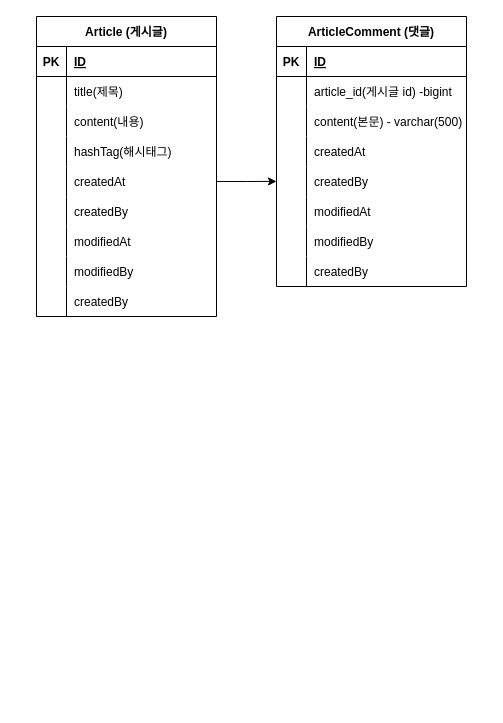
Earlier version of the draw.io diagram document/Domain.drawio (Uadj/fc_board). Source tidied: cells renumbered, new cells numbered last; positions are measured from the earlier drawing's top-left corner, leaving out a move shared by most shapes. Both pictures are drawn from the tidied source at 100%, with x=0, y=0 at pixel (36, 16).
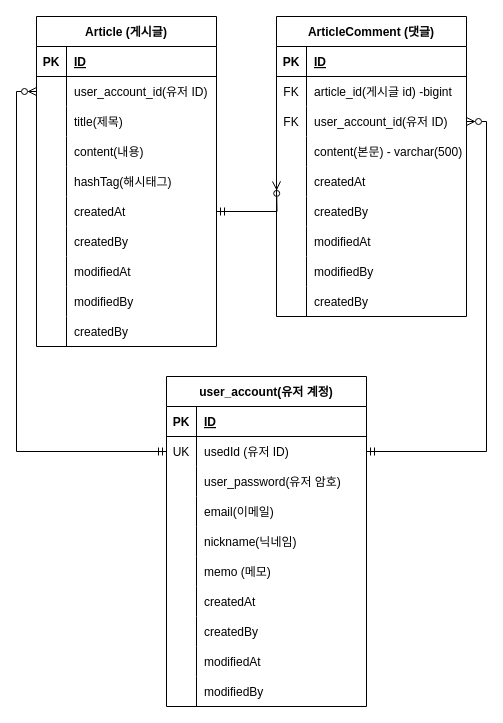
After the change.

Unchanged cells that the change refers to:
```xml
<mxCell id="6" style="shape=tableRow;horizontal=0;startSize=0;swimlaneHead=0;swimlaneBody=0;fillColor=none;points=[[0,0.5],[1,0.5]];portConstraint=eastwest;top=0;left=0;right=0;bottom=0;" parent="2" vertex="1">
  <mxGeometry y="60" width="180" height="30" as="geometry" />
</mxCell>
<mxCell id="34" style="shape=tableRow;horizontal=0;startSize=0;swimlaneHead=0;swimlaneBody=0;fillColor=none;top=0;left=0;right=0;bottom=0;" parent="30" vertex="1">
  <mxGeometry y="60" width="190" height="30" as="geometry" />
</mxCell>
```

Change to the diagram source:
```diff
@@
     <mxCell id="2" value="Article (게시글)" style="shape=table;startSize=30;childLayout=tableLayout;rowLines=0;fontStyle=1;align=center;" parent="1" vertex="1">
-      <mxGeometry width="180" height="300" as="geometry" />
+      <mxGeometry width="180" height="330" as="geometry" />
     </mxCell>
@@
-    <mxCell id="8" value="title(제목)" style="shape=partialRectangle;fillColor=none;top=0;left=0;bottom=0;right=0;align=left;spacingLeft=6;overflow=hidden;" parent="6" vertex="1">
+    <mxCell id="8" value="user_account_id(유저 ID)" style="shape=partialRectangle;fillColor=none;top=0;left=0;bottom=0;right=0;align=left;spacingLeft=6;overflow=hidden;" parent="6" vertex="1">
       <mxGeometry x="30" width="150" height="30" as="geometry" />
     </mxCell>
+    <mxCell id="56" style="shape=tableRow;horizontal=0;startSize=0;swimlaneHead=0;swimlaneBody=0;fillColor=none;top=0;left=0;right=0;bottom=0;" parent="2" vertex="1">
+      <mxGeometry y="90" width="180" height="30" as="geometry" />
+    </mxCell>
+    <mxCell id="57" style="shape=partialRectangle;fillColor=none;top=0;left=0;bottom=0;right=0;overflow=hidden;" parent="56" vertex="1">
+      <mxGeometry width="30" height="30" as="geometry" />
+    </mxCell>
+    <mxCell id="58" value="title(제목)" style="shape=partialRectangle;fillColor=none;top=0;left=0;bottom=0;right=0;align=left;spacingLeft=6;overflow=hidden;" parent="56" vertex="1">
+      <mxGeometry x="30" width="150" height="30" as="geometry" />
+    </mxCell>
     <mxCell id="9" style="shape=tableRow;horizontal=0;startSize=0;swimlaneHead=0;swimlaneBody=0;fillColor=none;top=0;left=0;right=0;bottom=0;" parent="2" vertex="1">
-      <mxGeometry y="90" width="180" height="30" as="geometry" />
+      <mxGeometry y="120" width="180" height="30" as="geometry" />
     </mxCell>
@@
     <mxCell id="12" style="shape=tableRow;horizontal=0;startSize=0;swimlaneHead=0;swimlaneBody=0;fillColor=none;top=0;left=0;right=0;bottom=0;" parent="2" vertex="1">
-      <mxGeometry y="120" width="180" height="30" as="geometry" />
+      <mxGeometry y="150" width="180" height="30" as="geometry" />
     </mxCell>
@@
     <mxCell id="15" style="shape=tableRow;horizontal=0;startSize=0;swimlaneHead=0;swimlaneBody=0;fillColor=none;points=[[0,0.5],[1,0.5]];portConstraint=eastwest;top=0;left=0;right=0;bottom=0;" parent="2" vertex="1">
-      <mxGeometry y="150" width="180" height="30" as="geometry" />
+      <mxGeometry y="180" width="180" height="30" as="geometry" />
     </mxCell>
@@
     <mxCell id="18" style="shape=tableRow;horizontal=0;startSize=0;swimlaneHead=0;swimlaneBody=0;fillColor=none;top=0;left=0;right=0;bottom=0;" parent="2" vertex="1">
-      <mxGeometry y="180" width="180" height="30" as="geometry" />
+      <mxGeometry y="210" width="180" height="30" as="geometry" />
     </mxCell>
@@
     <mxCell id="21" style="shape=tableRow;horizontal=0;startSize=0;swimlaneHead=0;swimlaneBody=0;fillColor=none;top=0;left=0;right=0;bottom=0;" parent="2" vertex="1">
-      <mxGeometry y="210" width="180" height="30" as="geometry" />
+      <mxGeometry y="240" width="180" height="30" as="geometry" />
     </mxCell>
@@
     <mxCell id="24" style="shape=tableRow;horizontal=0;startSize=0;swimlaneHead=0;swimlaneBody=0;fillColor=none;top=0;left=0;right=0;bottom=0;" parent="2" vertex="1">
-      <mxGeometry y="240" width="180" height="30" as="geometry" />
+      <mxGeometry y="270" width="180" height="30" as="geometry" />
     </mxCell>
@@
     <mxCell id="27" style="shape=tableRow;horizontal=0;startSize=0;swimlaneHead=0;swimlaneBody=0;fillColor=none;top=0;left=0;right=0;bottom=0;" parent="2" vertex="1">
-      <mxGeometry y="270" width="180" height="30" as="geometry" />
+      <mxGeometry y="300" width="180" height="30" as="geometry" />
     </mxCell>
@@
     <mxCell id="30" value="ArticleComment (댓글)" style="shape=table;startSize=30;childLayout=tableLayout;rowLines=0;fontStyle=1;align=center;" parent="1" vertex="1">
-      <mxGeometry x="240" width="190" height="270" as="geometry" />
+      <mxGeometry x="240" width="190" height="300" as="geometry" />
     </mxCell>
@@
-    <mxCell id="35" style="shape=partialRectangle;fillColor=none;top=0;left=0;bottom=0;right=0;overflow=hidden;" parent="34" vertex="1">
+    <mxCell id="35" value="FK" style="shape=partialRectangle;fillColor=none;top=0;left=0;bottom=0;right=0;overflow=hidden;" parent="34" vertex="1">
       <mxGeometry width="30" height="30" as="geometry" />
     </mxCell>
@@
+    <mxCell id="59" style="shape=tableRow;horizontal=0;startSize=0;swimlaneHead=0;swimlaneBody=0;fillColor=none;points=[[0,0.5],[1,0.5]];portConstraint=eastwest;top=0;left=0;right=0;bottom=0;" parent="30" vertex="1">
+      <mxGeometry y="90" width="190" height="30" as="geometry" />
+    </mxCell>
+    <mxCell id="60" value="FK" style="shape=partialRectangle;fillColor=none;top=0;left=0;bottom=0;right=0;overflow=hidden;" parent="59" vertex="1">
+      <mxGeometry width="30" height="30" as="geometry" />
+    </mxCell>
+    <mxCell id="61" value="user_account_id(유저 ID)" style="shape=partialRectangle;fillColor=none;top=0;left=0;bottom=0;right=0;align=left;spacingLeft=6;overflow=hidden;" parent="59" vertex="1">
+      <mxGeometry x="30" width="160" height="30" as="geometry" />
+    </mxCell>
     <mxCell id="37" style="shape=tableRow;horizontal=0;startSize=0;swimlaneHead=0;swimlaneBody=0;fillColor=none;top=0;left=0;right=0;bottom=0;" parent="30" vertex="1">
-      <mxGeometry y="90" width="190" height="30" as="geometry" />
+      <mxGeometry y="120" width="190" height="30" as="geometry" />
     </mxCell>
@@
     <mxCell id="40" style="shape=tableRow;horizontal=0;startSize=0;swimlaneHead=0;swimlaneBody=0;fillColor=none;top=0;left=0;right=0;bottom=0;" parent="30" vertex="1">
-      <mxGeometry y="120" width="190" height="30" as="geometry" />
+      <mxGeometry y="150" width="190" height="30" as="geometry" />
     </mxCell>
@@
     <mxCell id="43" style="shape=tableRow;horizontal=0;startSize=0;swimlaneHead=0;swimlaneBody=0;fillColor=none;top=0;left=0;right=0;bottom=0;" parent="30" vertex="1">
-      <mxGeometry y="150" width="190" height="30" as="geometry" />
+      <mxGeometry y="180" width="190" height="30" as="geometry" />
     </mxCell>
@@
     <mxCell id="46" style="shape=tableRow;horizontal=0;startSize=0;swimlaneHead=0;swimlaneBody=0;fillColor=none;top=0;left=0;right=0;bottom=0;" parent="30" vertex="1">
-      <mxGeometry y="180" width="190" height="30" as="geometry" />
+      <mxGeometry y="210" width="190" height="30" as="geometry" />
     </mxCell>
@@
     <mxCell id="49" style="shape=tableRow;horizontal=0;startSize=0;swimlaneHead=0;swimlaneBody=0;fillColor=none;top=0;left=0;right=0;bottom=0;" parent="30" vertex="1">
-      <mxGeometry y="210" width="190" height="30" as="geometry" />
+      <mxGeometry y="240" width="190" height="30" as="geometry" />
     </mxCell>
@@
     <mxCell id="52" style="shape=tableRow;horizontal=0;startSize=0;swimlaneHead=0;swimlaneBody=0;fillColor=none;top=0;left=0;right=0;bottom=0;" parent="30" vertex="1">
-      <mxGeometry y="240" width="190" height="30" as="geometry" />
+      <mxGeometry y="270" width="190" height="30" as="geometry" />
     </mxCell>
@@
-    <mxCell id="55" style="edgeStyle=orthogonalEdgeStyle;rounded=0;jettySize=auto;html=1;exitX=1;exitY=0.5;exitDx=0;exitDy=0;" parent="1" edge="1" source="15">
+    <mxCell id="55" style="edgeStyle=orthogonalEdgeStyle;rounded=0;jettySize=auto;html=1;exitX=1;exitY=0.5;exitDx=0;exitDy=0;endArrow=ERzeroToMany;endFill=0;startArrow=ERmandOne;startFill=0;" parent="1" edge="1" source="15">
       <mxGeometry relative="1" as="geometry">
         <mxPoint x="240" y="164.9" as="targetPoint" />
       </mxGeometry>
     </mxCell>
+    <mxCell id="62" value="user_account(유저 계정)" style="shape=table;startSize=30;childLayout=tableLayout;rowLines=0;fontStyle=1;align=center;" parent="1" vertex="1">
+      <mxGeometry x="130" y="360" width="200" height="330" as="geometry" />
+    </mxCell>
+    <mxCell id="63" style="shape=tableRow;horizontal=0;startSize=0;swimlaneHead=0;swimlaneBody=0;fillColor=none;top=0;left=0;right=0;bottom=1;" parent="62" vertex="1">
+      <mxGeometry y="30" width="200" height="30" as="geometry" />
+    </mxCell>
+    <mxCell id="64" value="PK" style="shape=partialRectangle;fillColor=none;top=0;left=0;bottom=0;right=0;fontStyle=1;overflow=hidden;" parent="63" vertex="1">
+      <mxGeometry width="30" height="30" as="geometry" />
+    </mxCell>
+    <mxCell id="65" value="ID" style="shape=partialRectangle;fillColor=none;top=0;left=0;bottom=0;right=0;align=left;spacingLeft=6;fontStyle=5;overflow=hidden;" parent="63" vertex="1">
+      <mxGeometry x="30" width="170" height="30" as="geometry" />
+    </mxCell>
+    <mxCell id="66" style="shape=tableRow;horizontal=0;startSize=0;swimlaneHead=0;swimlaneBody=0;fillColor=none;points=[[0,0.5],[1,0.5]];portConstraint=eastwest;top=0;left=0;right=0;bottom=0;" parent="62" vertex="1">
+      <mxGeometry y="60" width="200" height="30" as="geometry" />
+    </mxCell>
+    <mxCell id="67" value="UK" style="shape=partialRectangle;fillColor=none;top=0;left=0;bottom=0;right=0;overflow=hidden;" parent="66" vertex="1">
+      <mxGeometry width="30" height="30" as="geometry" />
+    </mxCell>
+    <mxCell id="68" value="usedId (유저 ID)" style="shape=partialRectangle;fillColor=none;top=0;left=0;bottom=0;right=0;align=left;spacingLeft=6;overflow=hidden;" parent="66" vertex="1">
+      <mxGeometry x="30" width="170" height="30" as="geometry" />
+    </mxCell>
+    <mxCell id="69" style="shape=tableRow;horizontal=0;startSize=0;swimlaneHead=0;swimlaneBody=0;fillColor=none;top=0;left=0;right=0;bottom=0;" parent="62" vertex="1">
+      <mxGeometry y="90" width="200" height="30" as="geometry" />
+    </mxCell>
+    <mxCell id="70" style="shape=partialRectangle;fillColor=none;top=0;left=0;bottom=0;right=0;overflow=hidden;" parent="69" vertex="1">
+      <mxGeometry width="30" height="30" as="geometry" />
+    </mxCell>
+    <mxCell id="71" value="user_password(유저 암호)" style="shape=partialRectangle;fillColor=none;top=0;left=0;bottom=0;right=0;align=left;spacingLeft=6;overflow=hidden;" parent="69" vertex="1">
+      <mxGeometry x="30" width="170" height="30" as="geometry" />
+    </mxCell>
+    <mxCell id="72" style="shape=tableRow;horizontal=0;startSize=0;swimlaneHead=0;swimlaneBody=0;fillColor=none;top=0;left=0;right=0;bottom=0;" parent="62" vertex="1">
+      <mxGeometry y="120" width="200" height="30" as="geometry" />
+    </mxCell>
+    <mxCell id="73" style="shape=partialRectangle;fillColor=none;top=0;left=0;bottom=0;right=0;overflow=hidden;" parent="72" vertex="1">
+      <mxGeometry width="30" height="30" as="geometry" />
+    </mxCell>
+    <mxCell id="74" value="email(이메일)" style="shape=partialRectangle;fillColor=none;top=0;left=0;bottom=0;right=0;align=left;spacingLeft=6;overflow=hidden;" parent="72" vertex="1">
+      <mxGeometry x="30" width="170" height="30" as="geometry" />
+    </mxCell>
+    <mxCell id="75" style="shape=tableRow;horizontal=0;startSize=0;swimlaneHead=0;swimlaneBody=0;fillColor=none;top=0;left=0;right=0;bottom=0;" parent="62" vertex="1">
+      <mxGeometry y="150" width="200" height="30" as="geometry" />
+    </mxCell>
+    <mxCell id="76" style="shape=partialRectangle;fillColor=none;top=0;left=0;bottom=0;right=0;overflow=hidden;" parent="75" vertex="1">
+      <mxGeometry width="30" height="30" as="geometry" />
+    </mxCell>
+    <mxCell id="77" value="nickname(닉네임)" style="shape=partialRectangle;fillColor=none;top=0;left=0;bottom=0;right=0;align=left;spacingLeft=6;overflow=hidden;" parent="75" vertex="1">
+      <mxGeometry x="30" width="170" height="30" as="geometry" />
+    </mxCell>
+    <mxCell id="78" style="shape=tableRow;horizontal=0;startSize=0;swimlaneHead=0;swimlaneBody=0;fillColor=none;top=0;left=0;right=0;bottom=0;" parent="62" vertex="1">
+      <mxGeometry y="180" width="200" height="30" as="geometry" />
+    </mxCell>
+    <mxCell id="79" style="shape=partialRectangle;fillColor=none;top=0;left=0;bottom=0;right=0;overflow=hidden;" parent="78" vertex="1">
+      <mxGeometry width="30" height="30" as="geometry" />
+    </mxCell>
+    <mxCell id="80" value="memo (메모)" style="shape=partialRectangle;fillColor=none;top=0;left=0;bottom=0;right=0;align=left;spacingLeft=6;overflow=hidden;" parent="78" vertex="1">
+      <mxGeometry x="30" width="170" height="30" as="geometry" />
+    </mxCell>
+    <mxCell id="81" style="shape=tableRow;horizontal=0;startSize=0;swimlaneHead=0;swimlaneBody=0;fillColor=none;top=0;left=0;right=0;bottom=0;" parent="62" vertex="1">
+      <mxGeometry y="210" width="200" height="30" as="geometry" />
+    </mxCell>
+    <mxCell id="82" style="shape=partialRectangle;fillColor=none;top=0;left=0;bottom=0;right=0;overflow=hidden;" parent="81" vertex="1">
+      <mxGeometry width="30" height="30" as="geometry" />
+    </mxCell>
+    <mxCell id="83" value="createdAt" style="shape=partialRectangle;fillColor=none;top=0;left=0;bottom=0;right=0;align=left;spacingLeft=6;overflow=hidden;" parent="81" vertex="1">
+      <mxGeometry x="30" width="170" height="30" as="geometry" />
+    </mxCell>
+    <mxCell id="84" style="shape=tableRow;horizontal=0;startSize=0;swimlaneHead=0;swimlaneBody=0;fillColor=none;top=0;left=0;right=0;bottom=0;" parent="62" vertex="1">
+      <mxGeometry y="240" width="200" height="30" as="geometry" />
+    </mxCell>
+    <mxCell id="85" style="shape=partialRectangle;fillColor=none;top=0;left=0;bottom=0;right=0;overflow=hidden;" parent="84" vertex="1">
+      <mxGeometry width="30" height="30" as="geometry" />
+    </mxCell>
+    <mxCell id="86" value="createdBy" style="shape=partialRectangle;fillColor=none;top=0;left=0;bottom=0;right=0;align=left;spacingLeft=6;overflow=hidden;" parent="84" vertex="1">
+      <mxGeometry x="30" width="170" height="30" as="geometry" />
+    </mxCell>
+    <mxCell id="87" style="shape=tableRow;horizontal=0;startSize=0;swimlaneHead=0;swimlaneBody=0;fillColor=none;top=0;left=0;right=0;bottom=0;" parent="62" vertex="1">
+      <mxGeometry y="270" width="200" height="30" as="geometry" />
+    </mxCell>
+    <mxCell id="88" style="shape=partialRectangle;fillColor=none;top=0;left=0;bottom=0;right=0;overflow=hidden;" parent="87" vertex="1">
+      <mxGeometry width="30" height="30" as="geometry" />
+    </mxCell>
+    <mxCell id="89" value="modifiedAt" style="shape=partialRectangle;fillColor=none;top=0;left=0;bottom=0;right=0;align=left;spacingLeft=6;overflow=hidden;" parent="87" vertex="1">
+      <mxGeometry x="30" width="170" height="30" as="geometry" />
+    </mxCell>
+    <mxCell id="90" style="shape=tableRow;horizontal=0;startSize=0;swimlaneHead=0;swimlaneBody=0;fillColor=none;top=0;left=0;right=0;bottom=0;" parent="62" vertex="1">
+      <mxGeometry y="300" width="200" height="30" as="geometry" />
+    </mxCell>
+    <mxCell id="91" style="shape=partialRectangle;fillColor=none;top=0;left=0;bottom=0;right=0;overflow=hidden;" parent="90" vertex="1">
+      <mxGeometry width="30" height="30" as="geometry" />
+    </mxCell>
+    <mxCell id="92" value="modifiedBy" style="shape=partialRectangle;fillColor=none;top=0;left=0;bottom=0;right=0;align=left;spacingLeft=6;overflow=hidden;" parent="90" vertex="1">
+      <mxGeometry x="30" width="170" height="30" as="geometry" />
+    </mxCell>
+    <mxCell id="93" style="edgeStyle=orthogonalEdgeStyle;rounded=0;jettySize=auto;html=1;entryX=0;entryY=0.5;entryDx=0;entryDy=0;startArrow=ERmandOne;startFill=0;endArrow=ERzeroToMany;endFill=0;" parent="1" edge="1" source="66" target="6">
+      <mxGeometry relative="1" as="geometry" />
+    </mxCell>
+    <mxCell id="94" style="edgeStyle=orthogonalEdgeStyle;rounded=0;jettySize=auto;html=1;exitX=1;exitY=0.5;exitDx=0;exitDy=0;entryX=1;entryY=0.5;entryDx=0;entryDy=0;startArrow=ERmandOne;startFill=0;endArrow=ERzeroToMany;endFill=0;" parent="1" edge="1" source="66" target="59">
+      <mxGeometry relative="1" as="geometry" />
+    </mxCell>
```
